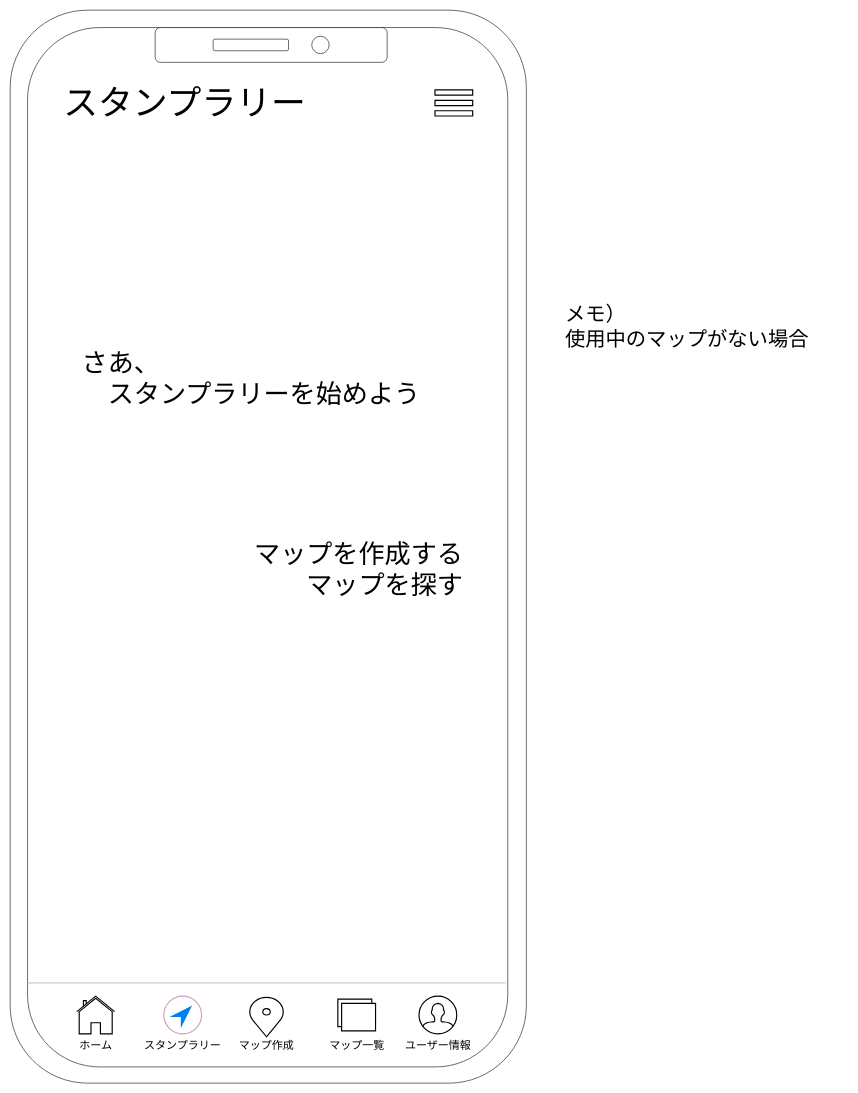
The draw.io diagram page "No.5.0 スタンプラリー初期表示" (8 of 18) of StampRallyUI.drawio in SUGYKEN/-Stamp-Rally, before the edit. Source tidied: cells renumbered, new cells numbered last; positions are measured from the earlier drawing's top-left corner, leaving out a move shared by most shapes. Both pictures are drawn from the tidied source at 58%, with x=0, y=0 at pixel (10, 10).
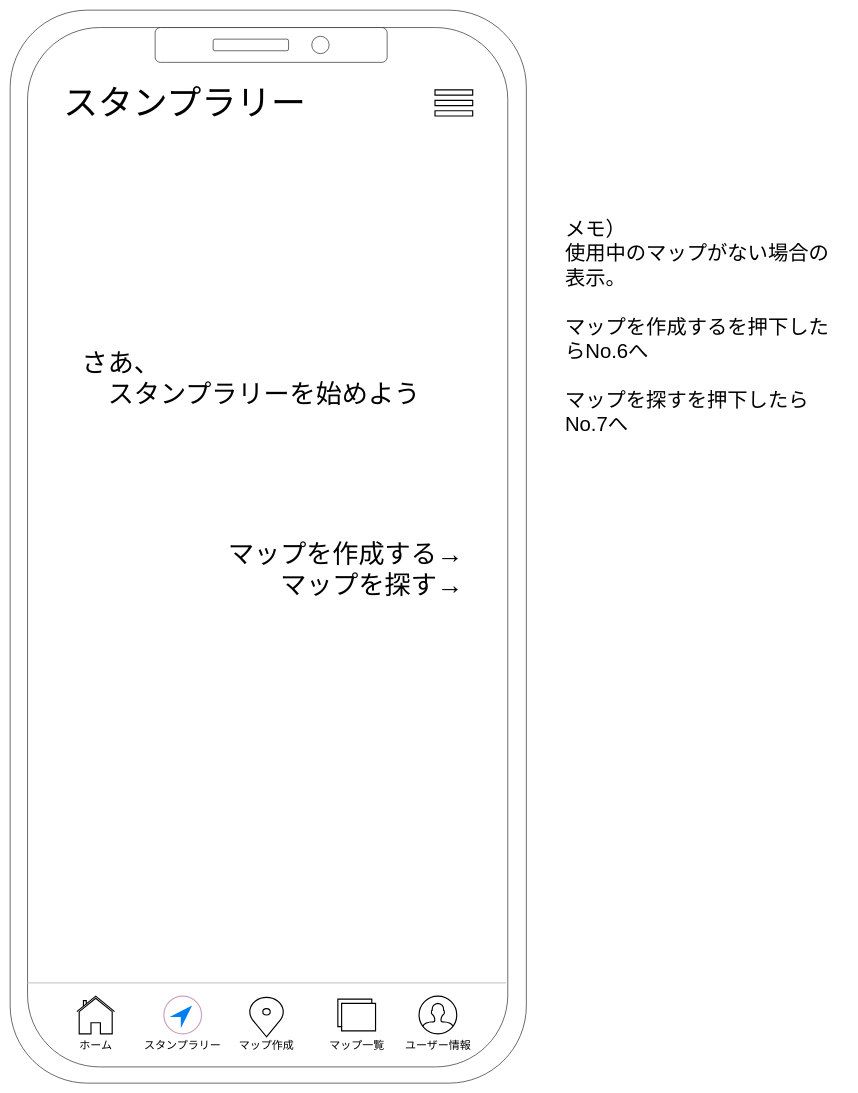
Above is the later version.

Diff of the diagram source:
```diff
@@
-    <mxCell id="21" value="マップを作成する&lt;br&gt;マップを探す" style="text;html=1;strokeColor=none;fillColor=none;align=right;verticalAlign=middle;whiteSpace=wrap;rounded=0;fontSize=45;fontColor=#000000;" parent="1" vertex="1">
+    <mxCell id="21" value="マップを作成する→&lt;br&gt;マップを探す→" style="text;html=1;strokeColor=none;fillColor=none;align=right;verticalAlign=middle;whiteSpace=wrap;rounded=0;fontSize=45;fontColor=#000000;" parent="1" vertex="1">
       <mxGeometry x="90" y="800" width="692.5" height="330" as="geometry" />
     </mxCell>
-    <mxCell id="22" value="メモ）&lt;br&gt;使用中のマップがない場合&lt;br&gt;" style="text;html=1;strokeColor=none;fillColor=none;align=left;verticalAlign=middle;whiteSpace=wrap;rounded=0;fontSize=35;fontColor=#000000;" parent="1" vertex="1">
+    <mxCell id="22" value="メモ）&lt;br&gt;使用中のマップがない場合の表示。&lt;br&gt;&lt;br&gt;マップを作成するを押下したらNo.6へ&lt;br&gt;&lt;br&gt;マップを探すを押下したらNo.7へ" style="text;html=1;strokeColor=none;fillColor=none;align=left;verticalAlign=middle;whiteSpace=wrap;rounded=0;fontSize=35;fontColor=#000000;" parent="1" vertex="1">
       <mxGeometry x="955" y="430" width="490" height="230" as="geometry" />
     </mxCell>
```
